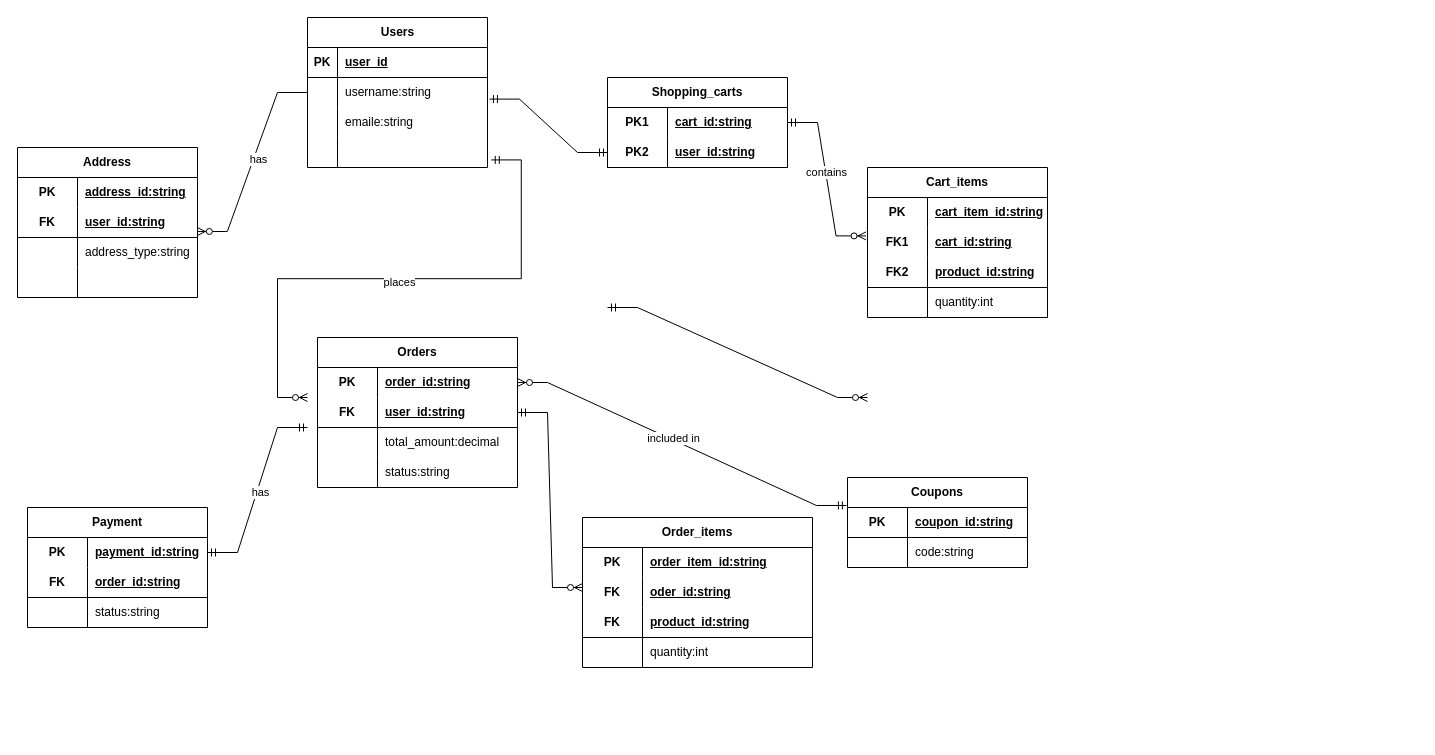
Earlier version of the draw.io diagram ER_Diagram.drawio (mushroomAAA/draw.io). Source tidied: cells renumbered, new cells numbered last; positions are measured from the earlier drawing's top-left corner, leaving out a move shared by most shapes. Both pictures are drawn from the tidied source at 100%, with x=0, y=0 at pixel (17, 17).
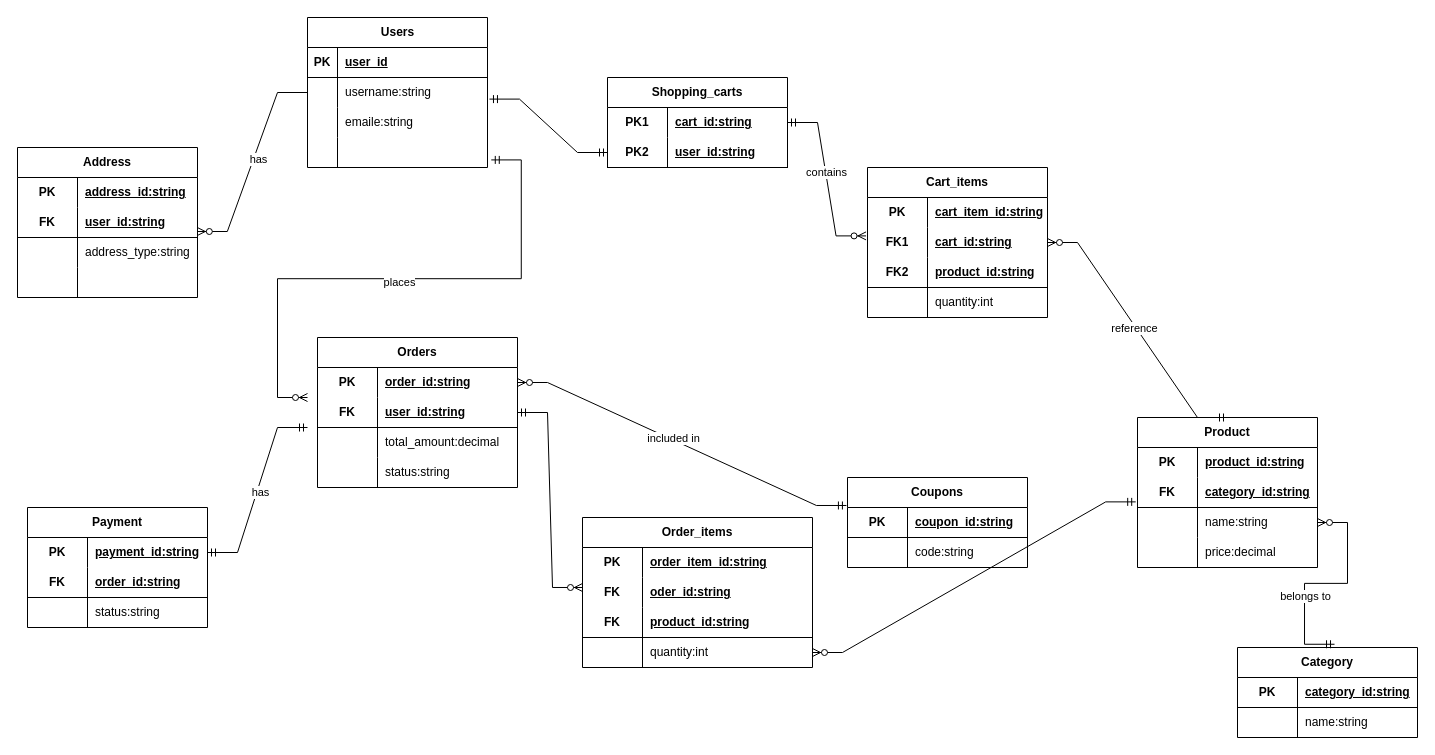
Above is the later version.

Unchanged cells that the change refers to:
```xml
<mxCell id="42" style="shape=tableRow;horizontal=0;startSize=0;swimlaneHead=0;swimlaneBody=0;fillColor=none;points=[[0,0.5],[1,0.5]];portConstraint=eastwest;top=0;left=0;right=0;bottom=0;html=1;" parent="38" vertex="1">
  <mxGeometry y="60" width="180" height="30" as="geometry" />
</mxCell>
<mxCell id="89" style="shape=tableRow;horizontal=0;startSize=0;swimlaneHead=0;swimlaneBody=0;fillColor=none;points=[[0,0.5],[1,0.5]];portConstraint=eastwest;top=0;left=0;right=0;bottom=0;html=1;" parent="79" vertex="1">
  <mxGeometry y="120" width="230" height="30" as="geometry" />
</mxCell>
```

What changed in the source:
```diff
@@
-    <mxCell id="51" style="edgeStyle=entityRelationEdgeStyle;fontSize=12;html=1;endArrow=ERzeroToMany;startArrow=ERmandOne;rounded=0;exitX=1.01;exitY=0.32;exitDx=0;exitDy=0;exitPerimeter=0;" parent="1" edge="1">
-      <mxGeometry relative="1" as="geometry">
-        <mxPoint x="590" y="290" as="sourcePoint" />
-        <mxPoint x="850" y="380" as="targetPoint" />
-      </mxGeometry>
-    </mxCell>
@@
+    <mxCell id="104" value="Product" style="shape=table;startSize=30;childLayout=tableLayout;rowLines=0;fontStyle=1;align=center;html=1;whiteSpace=wrap;" parent="1" vertex="1">
+      <mxGeometry x="1120" y="400" width="180" height="150" as="geometry" />
+    </mxCell>
+    <mxCell id="105" style="shape=tableRow;horizontal=0;startSize=0;swimlaneHead=0;swimlaneBody=0;fillColor=none;top=0;left=0;right=0;bottom=0;html=1;" parent="104" vertex="1">
+      <mxGeometry y="30" width="180" height="30" as="geometry" />
+    </mxCell>
+    <mxCell id="106" value="PK" style="shape=partialRectangle;fillColor=none;top=0;left=0;bottom=0;right=0;fontStyle=1;overflow=hidden;html=1;whiteSpace=wrap;" parent="105" vertex="1">
+      <mxGeometry width="60" height="30" as="geometry" />
+    </mxCell>
+    <mxCell id="107" value="product_id:string" style="shape=partialRectangle;fillColor=none;top=0;left=0;bottom=0;right=0;align=left;spacingLeft=6;fontStyle=5;overflow=hidden;html=1;whiteSpace=wrap;" parent="105" vertex="1">
+      <mxGeometry x="60" width="120" height="30" as="geometry" />
+    </mxCell>
+    <mxCell id="108" style="shape=tableRow;horizontal=0;startSize=0;swimlaneHead=0;swimlaneBody=0;fillColor=none;points=[[0,0.5],[1,0.5]];portConstraint=eastwest;top=0;left=0;right=0;bottom=1;html=1;" parent="104" vertex="1">
+      <mxGeometry y="60" width="180" height="30" as="geometry" />
+    </mxCell>
+    <mxCell id="109" value="FK" style="shape=partialRectangle;fillColor=none;top=0;left=0;bottom=0;right=0;fontStyle=1;overflow=hidden;html=1;whiteSpace=wrap;" parent="108" vertex="1">
+      <mxGeometry width="60" height="30" as="geometry" />
+    </mxCell>
+    <mxCell id="110" value="category_id:string" style="shape=partialRectangle;fillColor=none;top=0;left=0;bottom=0;right=0;align=left;spacingLeft=6;fontStyle=5;overflow=hidden;html=1;whiteSpace=wrap;" parent="108" vertex="1">
+      <mxGeometry x="60" width="120" height="30" as="geometry" />
+    </mxCell>
+    <mxCell id="111" style="shape=tableRow;horizontal=0;startSize=0;swimlaneHead=0;swimlaneBody=0;fillColor=none;points=[[0,0.5],[1,0.5]];portConstraint=eastwest;top=0;left=0;right=0;bottom=0;html=1;" parent="104" vertex="1">
+      <mxGeometry y="90" width="180" height="30" as="geometry" />
+    </mxCell>
+    <mxCell id="112" style="shape=partialRectangle;fillColor=none;top=0;left=0;bottom=0;right=0;overflow=hidden;html=1;whiteSpace=wrap;" parent="111" vertex="1">
+      <mxGeometry width="60" height="30" as="geometry" />
+    </mxCell>
+    <mxCell id="113" value="name:string" style="shape=partialRectangle;fillColor=none;top=0;left=0;bottom=0;right=0;align=left;spacingLeft=6;overflow=hidden;html=1;whiteSpace=wrap;" parent="111" vertex="1">
+      <mxGeometry x="60" width="120" height="30" as="geometry" />
+    </mxCell>
+    <mxCell id="114" style="shape=tableRow;horizontal=0;startSize=0;swimlaneHead=0;swimlaneBody=0;fillColor=none;top=0;left=0;right=0;bottom=0;html=1;" parent="104" vertex="1">
+      <mxGeometry y="120" width="180" height="30" as="geometry" />
+    </mxCell>
+    <mxCell id="115" style="shape=partialRectangle;fillColor=none;top=0;left=0;bottom=0;right=0;overflow=hidden;html=1;whiteSpace=wrap;" parent="114" vertex="1">
+      <mxGeometry width="60" height="30" as="geometry" />
+    </mxCell>
+    <mxCell id="116" value="price:decimal" style="shape=partialRectangle;fillColor=none;top=0;left=0;bottom=0;right=0;align=left;spacingLeft=6;overflow=hidden;html=1;whiteSpace=wrap;" parent="114" vertex="1">
+      <mxGeometry x="60" width="120" height="30" as="geometry" />
+    </mxCell>
+    <mxCell id="117" style="edgeStyle=entityRelationEdgeStyle;fontSize=12;html=1;endArrow=ERzeroToMany;startArrow=ERmandOne;rounded=0;exitX=0.5;exitY=0;exitDx=0;exitDy=0;entryX=1;entryY=0.5;entryDx=0;entryDy=0;" parent="1" edge="1" source="104" target="42">
+      <mxGeometry relative="1" as="geometry" />
+    </mxCell>
+    <mxCell id="118" value="reference" style="edgeLabel;html=1;align=center;verticalAlign=middle;" parent="117" vertex="1">
+      <mxGeometry x="0.03" y="2" relative="1" as="geometry" />
+    </mxCell>
+    <mxCell id="119" style="edgeStyle=entityRelationEdgeStyle;fontSize=12;html=1;endArrow=ERzeroToMany;startArrow=ERmandOne;rounded=0;exitX=-0.01;exitY=0.813;exitDx=0;exitDy=0;exitPerimeter=0;entryX=1;entryY=0.5;entryDx=0;entryDy=0;" parent="1" edge="1" source="108" target="89">
+      <mxGeometry relative="1" as="geometry" />
+    </mxCell>
+    <mxCell id="120" value="Category" style="shape=table;startSize=30;childLayout=tableLayout;rowLines=0;fontStyle=1;align=center;html=1;whiteSpace=wrap;" parent="1" vertex="1">
+      <mxGeometry x="1220" y="630" width="180" height="90" as="geometry" />
+    </mxCell>
+    <mxCell id="121" style="shape=tableRow;horizontal=0;startSize=0;swimlaneHead=0;swimlaneBody=0;fillColor=none;top=0;left=0;right=0;bottom=1;html=1;" parent="120" vertex="1">
+      <mxGeometry y="30" width="180" height="30" as="geometry" />
+    </mxCell>
+    <mxCell id="122" value="PK" style="shape=partialRectangle;fillColor=none;top=0;left=0;bottom=0;right=0;fontStyle=1;overflow=hidden;html=1;whiteSpace=wrap;" parent="121" vertex="1">
+      <mxGeometry width="60" height="30" as="geometry" />
+    </mxCell>
+    <mxCell id="123" value="category_id:string" style="shape=partialRectangle;fillColor=none;top=0;left=0;bottom=0;right=0;align=left;spacingLeft=6;fontStyle=5;overflow=hidden;html=1;whiteSpace=wrap;" parent="121" vertex="1">
+      <mxGeometry x="60" width="120" height="30" as="geometry" />
+    </mxCell>
+    <mxCell id="124" style="shape=tableRow;horizontal=0;startSize=0;swimlaneHead=0;swimlaneBody=0;fillColor=none;top=0;left=0;right=0;bottom=0;html=1;" parent="120" vertex="1">
+      <mxGeometry y="60" width="180" height="30" as="geometry" />
+    </mxCell>
+    <mxCell id="125" style="shape=partialRectangle;fillColor=none;top=0;left=0;bottom=0;right=0;overflow=hidden;html=1;whiteSpace=wrap;" parent="124" vertex="1">
+      <mxGeometry width="60" height="30" as="geometry" />
+    </mxCell>
+    <mxCell id="126" value="name:string" style="shape=partialRectangle;fillColor=none;top=0;left=0;bottom=0;right=0;align=left;spacingLeft=6;overflow=hidden;html=1;whiteSpace=wrap;" parent="124" vertex="1">
+      <mxGeometry x="60" width="120" height="30" as="geometry" />
+    </mxCell>
+    <mxCell id="127" style="edgeStyle=entityRelationEdgeStyle;fontSize=12;html=1;endArrow=ERzeroToMany;startArrow=ERmandOne;rounded=0;exitX=0.539;exitY=-0.036;exitDx=0;exitDy=0;exitPerimeter=0;entryX=1;entryY=0.5;entryDx=0;entryDy=0;" parent="1" edge="1" source="120" target="111">
+      <mxGeometry relative="1" as="geometry" />
+    </mxCell>
+    <mxCell id="128" value="belongs to" style="edgeLabel;html=1;align=center;verticalAlign=middle;" parent="127" vertex="1">
+      <mxGeometry x="-0.31" relative="1" as="geometry" />
+    </mxCell>
```
